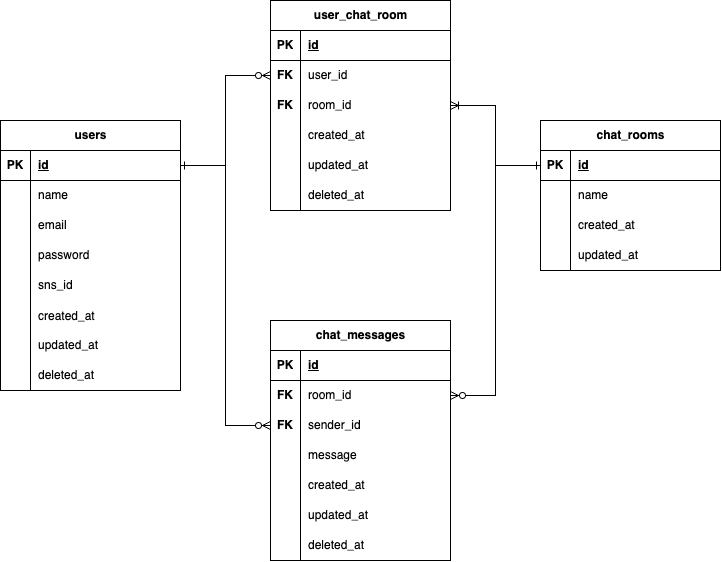
This is design/DB/database_diagram.png from gucchunchun/ChatApplication, a draw.io export, as it was before one commit. Source tidied: cells renumbered, new cells last; positions are measured from the earlier drawing's top-left corner, leaving out a move shared by most shapes.
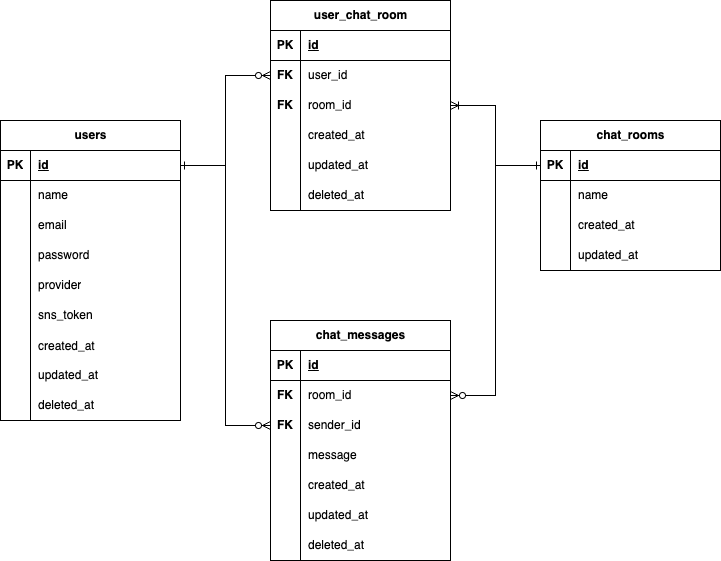
After the commit.

Change to the diagram source:
```diff
@@ -3,7 +3,7 @@
     <mxCell id="0" />
     <mxCell id="1" parent="0" />
     <mxCell id="2" value="users" style="shape=table;startSize=30;rowLines=0;fontStyle=1;align=center;html=1;" parent="1" vertex="1">
-      <mxGeometry y="120" width="180" height="270" as="geometry" />
+      <mxGeometry y="120" width="180" height="300" as="geometry" />
     </mxCell>
     <mxCell id="3" style="shape=tableRow;horizontal=0;startSize=0;swimlaneHead=0;swimlaneBody=0;fillColor=none;points=[[0,0.5],[1,0.5]];portConstraint=eastwest;top=0;left=0;right=0;bottom=1;" parent="2" vertex="1">
       <mxGeometry y="30" width="180" height="30" as="geometry" />
@@ -41,17 +41,26 @@
     <mxCell id="14" value="password" style="shape=partialRectangle;fillColor=none;top=0;left=0;bottom=0;right=0;align=left;spacingLeft=6;overflow=hidden;whiteSpace=wrap;html=1;" parent="12" vertex="1">
       <mxGeometry x="30" width="150" height="30" as="geometry" />
     </mxCell>
+    <mxCell id="87" style="shape=tableRow;horizontal=0;startSize=0;swimlaneHead=0;swimlaneBody=0;fillColor=none;top=0;left=0;right=0;bottom=0;" parent="2" vertex="1">
+      <mxGeometry y="150" width="180" height="30" as="geometry" />
+    </mxCell>
+    <mxCell id="88" style="shape=partialRectangle;fillColor=none;top=0;left=0;bottom=0;right=0;fontStyle=0;overflow=hidden;whiteSpace=wrap;html=1;" parent="87" vertex="1">
+      <mxGeometry width="30" height="30" as="geometry" />
+    </mxCell>
+    <mxCell id="89" value="provider" style="shape=partialRectangle;fillColor=none;top=0;left=0;bottom=0;right=0;align=left;spacingLeft=6;fontStyle=0;overflow=hidden;whiteSpace=wrap;html=1;" parent="87" vertex="1">
+      <mxGeometry x="30" width="150" height="30" as="geometry" />
+    </mxCell>
     <mxCell id="15" style="shape=tableRow;horizontal=0;startSize=0;swimlaneHead=0;swimlaneBody=0;fillColor=none;top=0;left=0;right=0;bottom=0;" parent="2" vertex="1">
-      <mxGeometry y="150" width="180" height="30" as="geometry" />
+      <mxGeometry y="180" width="180" height="30" as="geometry" />
     </mxCell>
     <mxCell id="16" style="shape=partialRectangle;fillColor=none;top=0;left=0;bottom=0;right=0;fontStyle=0;overflow=hidden;whiteSpace=wrap;html=1;" parent="15" vertex="1">
       <mxGeometry width="30" height="30" as="geometry" />
     </mxCell>
-    <mxCell id="17" value="sns_id" style="shape=partialRectangle;fillColor=none;top=0;left=0;bottom=0;right=0;align=left;spacingLeft=6;fontStyle=0;overflow=hidden;whiteSpace=wrap;html=1;" parent="15" vertex="1">
+    <mxCell id="17" value="sns_token" style="shape=partialRectangle;fillColor=none;top=0;left=0;bottom=0;right=0;align=left;spacingLeft=6;fontStyle=0;overflow=hidden;whiteSpace=wrap;html=1;" parent="15" vertex="1">
       <mxGeometry x="30" width="150" height="30" as="geometry" />
     </mxCell>
     <mxCell id="18" style="shape=tableRow;horizontal=0;startSize=0;swimlaneHead=0;swimlaneBody=0;fillColor=none;top=0;left=0;right=0;bottom=0;" parent="2" vertex="1">
-      <mxGeometry y="180" width="180" height="30" as="geometry" />
+      <mxGeometry y="210" width="180" height="30" as="geometry" />
     </mxCell>
     <mxCell id="19" style="shape=partialRectangle;fillColor=none;top=0;left=0;bottom=0;right=0;overflow=hidden;" parent="18" vertex="1">
       <mxGeometry width="30" height="30" as="geometry" />
@@ -60,7 +69,7 @@
       <mxGeometry x="30" width="150" height="30" as="geometry" />
     </mxCell>
     <mxCell id="21" style="shape=tableRow;horizontal=0;startSize=0;swimlaneHead=0;swimlaneBody=0;fillColor=none;top=0;left=0;right=0;bottom=0;" parent="2" vertex="1">
-      <mxGeometry y="210" width="180" height="30" as="geometry" />
+      <mxGeometry y="240" width="180" height="30" as="geometry" />
     </mxCell>
     <mxCell id="22" style="shape=partialRectangle;fillColor=none;top=0;left=0;bottom=0;right=0;fontStyle=0;overflow=hidden;whiteSpace=wrap;html=1;" parent="21" vertex="1">
       <mxGeometry width="30" height="30" as="geometry" />
@@ -69,7 +78,7 @@
       <mxGeometry x="30" width="150" height="30" as="geometry" />
     </mxCell>
     <mxCell id="24" style="shape=tableRow;horizontal=0;startSize=0;swimlaneHead=0;swimlaneBody=0;fillColor=none;top=0;left=0;right=0;bottom=0;" parent="2" vertex="1">
-      <mxGeometry y="240" width="180" height="30" as="geometry" />
+      <mxGeometry y="270" width="180" height="30" as="geometry" />
     </mxCell>
     <mxCell id="25" style="shape=partialRectangle;fillColor=none;top=0;left=0;bottom=0;right=0;fontStyle=0;overflow=hidden;whiteSpace=wrap;html=1;" parent="24" vertex="1">
       <mxGeometry width="30" height="30" as="geometry" />
```
